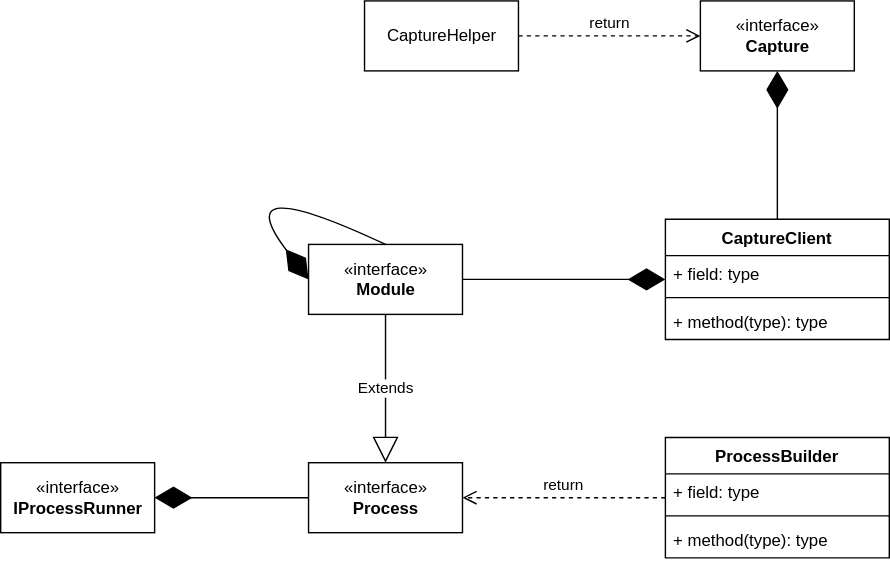
The draw.io diagram docs/process.drawio.svg in winglang/polycons, before a commit. Source tidied: cells renumbered, new cells last; positions are measured from the earlier drawing's top-left corner, leaving out a move shared by most shapes. Its diagram source:
```xml
<mxGraphModel>
  <root>
    <mxCell id="0" />
    <mxCell id="1" parent="0" />
    <mxCell id="2" value="ProcessBuilder" style="swimlane;fontStyle=1;align=center;verticalAlign=top;horizontal=1;startSize=26;" parent="1" vertex="1">
      <mxGeometry x="475" y="312" width="160" height="86" as="geometry" />
    </mxCell>
    <mxCell id="3" value="+ field: type" style="text;strokeColor=none;fillColor=none;align=left;verticalAlign=top;spacingLeft=4;spacingRight=4;overflow=hidden;" parent="2" vertex="1">
      <mxGeometry y="26" width="160" height="26" as="geometry" />
    </mxCell>
    <mxCell id="4" style="line;strokeWidth=1;fillColor=none;align=left;verticalAlign=middle;spacingTop=-1;spacingLeft=3;spacingRight=3;labelPosition=right;" parent="2" vertex="1">
      <mxGeometry y="52" width="160" height="8" as="geometry" />
    </mxCell>
    <mxCell id="5" value="+ method(type): type" style="text;strokeColor=none;fillColor=none;align=left;verticalAlign=top;spacingLeft=4;spacingRight=4;overflow=hidden;" parent="2" vertex="1">
      <mxGeometry y="60" width="160" height="26" as="geometry" />
    </mxCell>
    <mxCell id="6" value="«interface»&lt;br&gt;&lt;b&gt;Capture&lt;/b&gt;" style="html=1;" parent="1" vertex="1">
      <mxGeometry x="500" width="110" height="50" as="geometry" />
    </mxCell>
    <mxCell id="7" value="«interface»&lt;br&gt;&lt;b&gt;Module&lt;/b&gt;" style="html=1;" parent="1" vertex="1">
      <mxGeometry x="220" y="174" width="110" height="50" as="geometry" />
    </mxCell>
    <mxCell id="8" value="«interface»&lt;br&gt;&lt;b&gt;Process&lt;/b&gt;" style="html=1;" parent="1" vertex="1">
      <mxGeometry x="220" y="330" width="110" height="50" as="geometry" />
    </mxCell>
    <mxCell id="9" value="«interface»&lt;br&gt;&lt;b&gt;IProcessRunner&lt;/b&gt;" style="html=1;" parent="1" vertex="1">
      <mxGeometry y="330" width="110" height="50" as="geometry" />
    </mxCell>
    <mxCell id="10" value="CaptureClient" style="swimlane;fontStyle=1;align=center;verticalAlign=top;horizontal=1;startSize=26;" parent="1" vertex="1">
      <mxGeometry x="475" y="156" width="160" height="86" as="geometry" />
    </mxCell>
    <mxCell id="11" value="+ field: type" style="text;strokeColor=none;fillColor=none;align=left;verticalAlign=top;spacingLeft=4;spacingRight=4;overflow=hidden;" parent="10" vertex="1">
      <mxGeometry y="26" width="160" height="26" as="geometry" />
    </mxCell>
    <mxCell id="12" style="line;strokeWidth=1;fillColor=none;align=left;verticalAlign=middle;spacingTop=-1;spacingLeft=3;spacingRight=3;labelPosition=right;" parent="10" vertex="1">
      <mxGeometry y="52" width="160" height="8" as="geometry" />
    </mxCell>
    <mxCell id="13" value="+ method(type): type" style="text;strokeColor=none;fillColor=none;align=left;verticalAlign=top;spacingLeft=4;spacingRight=4;overflow=hidden;" parent="10" vertex="1">
      <mxGeometry y="60" width="160" height="26" as="geometry" />
    </mxCell>
    <mxCell id="14" value="Extends" style="endArrow=block;endSize=16;endFill=0;html=1;rounded=0;exitX=0.5;exitY=1;exitDx=0;exitDy=0;entryX=0.5;entryY=0;entryDx=0;entryDy=0;" parent="1" edge="1" source="7" target="8">
      <mxGeometry relative="1" as="geometry" />
    </mxCell>
    <mxCell id="15" style="endArrow=diamondThin;endFill=1;endSize=24;html=1;rounded=0;entryX=0.5;entryY=1;entryDx=0;entryDy=0;exitX=0.5;exitY=0;exitDx=0;exitDy=0;" parent="1" edge="1" source="10" target="6">
      <mxGeometry relative="1" as="geometry" />
    </mxCell>
    <mxCell id="16" style="endArrow=diamondThin;endFill=1;endSize=24;html=1;rounded=0;exitX=1;exitY=0.5;exitDx=0;exitDy=0;" parent="1" edge="1" source="7" target="10">
      <mxGeometry relative="1" as="geometry" />
    </mxCell>
    <mxCell id="17" value="CaptureHelper" style="html=1;" parent="1" vertex="1">
      <mxGeometry x="260" width="110" height="50" as="geometry" />
    </mxCell>
    <mxCell id="18" value="return" style="html=1;verticalAlign=bottom;endArrow=open;dashed=1;endSize=8;rounded=0;exitX=1;exitY=0.5;exitDx=0;exitDy=0;entryX=0;entryY=0.5;entryDx=0;entryDy=0;" parent="1" edge="1" source="17" target="6">
      <mxGeometry relative="1" as="geometry" />
    </mxCell>
    <mxCell id="19" style="endArrow=diamondThin;endFill=1;endSize=24;html=1;rounded=0;entryX=1;entryY=0.5;entryDx=0;entryDy=0;exitX=0;exitY=0.5;exitDx=0;exitDy=0;" parent="1" edge="1" source="8" target="9">
      <mxGeometry relative="1" as="geometry" />
    </mxCell>
    <mxCell id="20" style="endArrow=diamondThin;endFill=1;endSize=24;html=1;rounded=1;entryX=0;entryY=0.5;entryDx=0;entryDy=0;exitX=0.5;exitY=0;exitDx=0;exitDy=0;edgeStyle=orthogonalEdgeStyle;curved=1;" parent="1" edge="1" source="7" target="7">
      <mxGeometry relative="1" as="geometry">
        <Array as="points">
          <mxPoint x="160" y="120" />
        </Array>
      </mxGeometry>
    </mxCell>
    <mxCell id="21" value="return" style="html=1;verticalAlign=bottom;endArrow=open;dashed=1;endSize=8;rounded=0;entryX=1;entryY=0.5;entryDx=0;entryDy=0;" parent="1" edge="1" source="2" target="8">
      <mxGeometry relative="1" as="geometry" />
    </mxCell>
  </root>
</mxGraphModel>
```
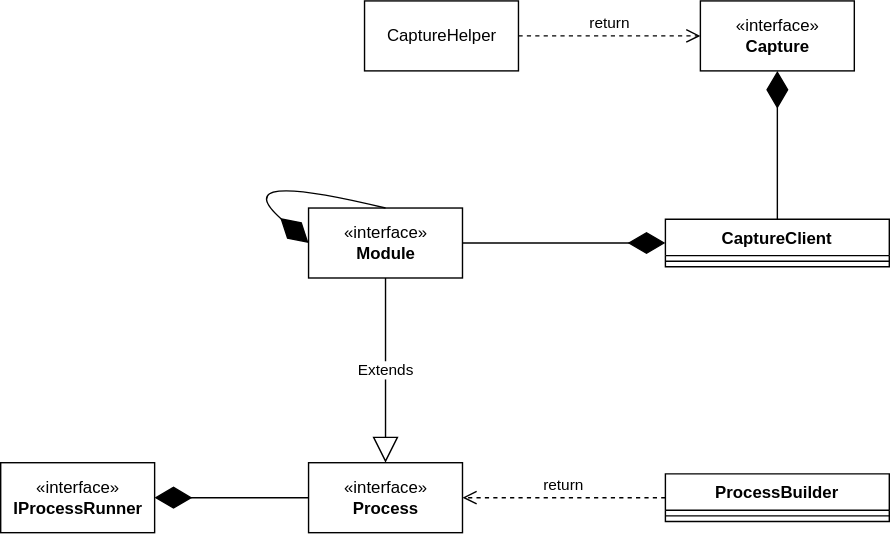
The same file after the commit.

Diff of the diagram source:
```diff
@@ -3,22 +3,16 @@
     <mxCell id="0" />
     <mxCell id="1" parent="0" />
     <mxCell id="2" value="ProcessBuilder" style="swimlane;fontStyle=1;align=center;verticalAlign=top;horizontal=1;startSize=26;" parent="1" vertex="1">
-      <mxGeometry x="475" y="312" width="160" height="86" as="geometry" />
+      <mxGeometry x="475" y="338" width="160" height="34" as="geometry" />
     </mxCell>
-    <mxCell id="3" value="+ field: type" style="text;strokeColor=none;fillColor=none;align=left;verticalAlign=top;spacingLeft=4;spacingRight=4;overflow=hidden;" parent="2" vertex="1">
-      <mxGeometry y="26" width="160" height="26" as="geometry" />
-    </mxCell>
     <mxCell id="4" style="line;strokeWidth=1;fillColor=none;align=left;verticalAlign=middle;spacingTop=-1;spacingLeft=3;spacingRight=3;labelPosition=right;" parent="2" vertex="1">
-      <mxGeometry y="52" width="160" height="8" as="geometry" />
+      <mxGeometry y="26" width="160" height="8" as="geometry" />
     </mxCell>
-    <mxCell id="5" value="+ method(type): type" style="text;strokeColor=none;fillColor=none;align=left;verticalAlign=top;spacingLeft=4;spacingRight=4;overflow=hidden;" parent="2" vertex="1">
-      <mxGeometry y="60" width="160" height="26" as="geometry" />
-    </mxCell>
     <mxCell id="6" value="«interface»&lt;br&gt;&lt;b&gt;Capture&lt;/b&gt;" style="html=1;" parent="1" vertex="1">
       <mxGeometry x="500" width="110" height="50" as="geometry" />
     </mxCell>
     <mxCell id="7" value="«interface»&lt;br&gt;&lt;b&gt;Module&lt;/b&gt;" style="html=1;" parent="1" vertex="1">
-      <mxGeometry x="220" y="174" width="110" height="50" as="geometry" />
+      <mxGeometry x="220" y="148" width="110" height="50" as="geometry" />
     </mxCell>
     <mxCell id="8" value="«interface»&lt;br&gt;&lt;b&gt;Process&lt;/b&gt;" style="html=1;" parent="1" vertex="1">
       <mxGeometry x="220" y="330" width="110" height="50" as="geometry" />
@@ -27,17 +21,11 @@
       <mxGeometry y="330" width="110" height="50" as="geometry" />
     </mxCell>
     <mxCell id="10" value="CaptureClient" style="swimlane;fontStyle=1;align=center;verticalAlign=top;horizontal=1;startSize=26;" parent="1" vertex="1">
-      <mxGeometry x="475" y="156" width="160" height="86" as="geometry" />
+      <mxGeometry x="475" y="156" width="160" height="34" as="geometry" />
     </mxCell>
-    <mxCell id="11" value="+ field: type" style="text;strokeColor=none;fillColor=none;align=left;verticalAlign=top;spacingLeft=4;spacingRight=4;overflow=hidden;" parent="10" vertex="1">
-      <mxGeometry y="26" width="160" height="26" as="geometry" />
-    </mxCell>
     <mxCell id="12" style="line;strokeWidth=1;fillColor=none;align=left;verticalAlign=middle;spacingTop=-1;spacingLeft=3;spacingRight=3;labelPosition=right;" parent="10" vertex="1">
-      <mxGeometry y="52" width="160" height="8" as="geometry" />
+      <mxGeometry y="26" width="160" height="8" as="geometry" />
     </mxCell>
-    <mxCell id="13" value="+ method(type): type" style="text;strokeColor=none;fillColor=none;align=left;verticalAlign=top;spacingLeft=4;spacingRight=4;overflow=hidden;" parent="10" vertex="1">
-      <mxGeometry y="60" width="160" height="26" as="geometry" />
-    </mxCell>
     <mxCell id="14" value="Extends" style="endArrow=block;endSize=16;endFill=0;html=1;rounded=0;exitX=0.5;exitY=1;exitDx=0;exitDy=0;entryX=0.5;entryY=0;entryDx=0;entryDy=0;" parent="1" edge="1" source="7" target="8">
       <mxGeometry relative="1" as="geometry" />
     </mxCell>
```
